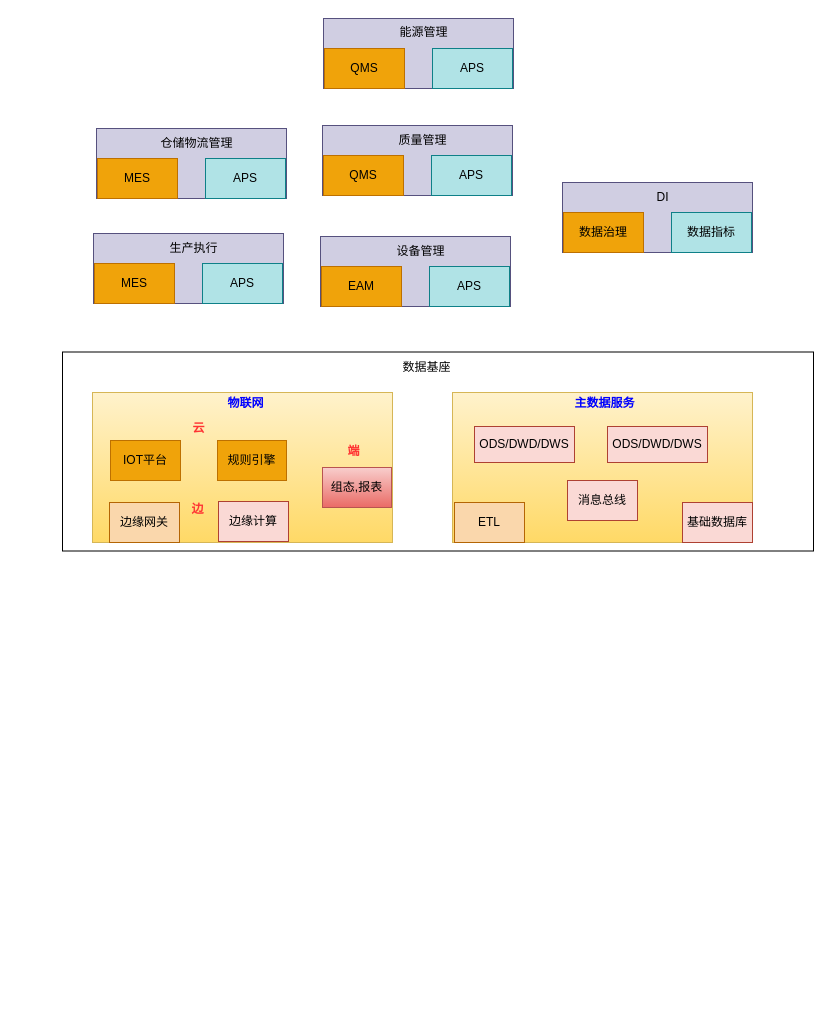
This is 架构设计.drawio from cqu20141693/draw.io, a draw.io file, before an edit. Source tidied: cells renumbered, new cells numbered last; positions are measured from the earlier drawing's top-left corner, leaving out a move shared by most shapes. Both pictures are drawn from the tidied source at 100%, with x=0, y=0 at pixel (62, 17).
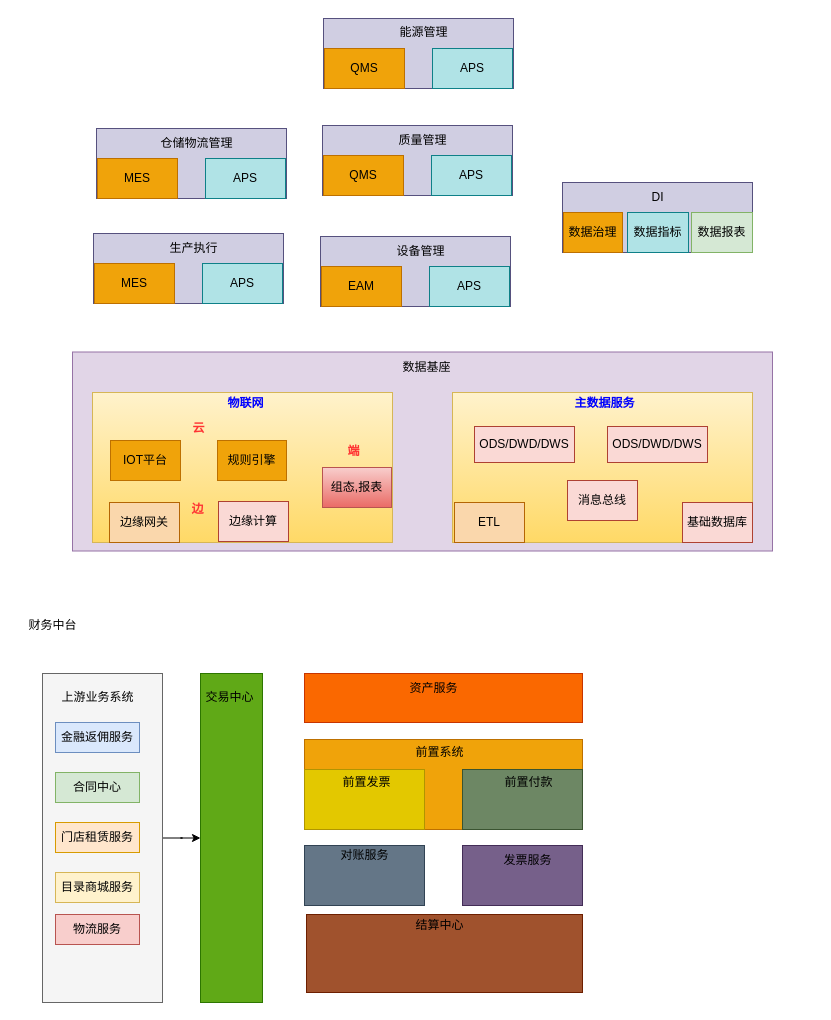
After the change.

Commit message:
更新架构设计.drawio

Diff of the diagram source:
```diff
@@
-    <mxCell id="2" style="rounded=0;whiteSpace=wrap;html=1;" parent="1" vertex="1">
-      <mxGeometry y="334.5" width="751" height="199" as="geometry" />
+    <mxCell id="2" style="rounded=0;whiteSpace=wrap;html=1;fillColor=#e1d5e7;strokeColor=#9673a6;" parent="1" vertex="1">
+      <mxGeometry x="10" y="334.5" width="700" height="199" as="geometry" />
     </mxCell>
@@
     <mxCell id="41" value="DI" style="text;html=1;align=center;verticalAlign=middle;strokeColor=none;fillColor=none;" parent="1" vertex="1">
-      <mxGeometry x="580" y="165" width="40" height="30" as="geometry" />
+      <mxGeometry x="575" y="165" width="40" height="30" as="geometry" />
     </mxCell>
     <mxCell id="42" value="数据治理" style="rounded=0;whiteSpace=wrap;html=1;fillColor=#f0a30a;fontColor=#000000;strokeColor=#BD7000;" parent="1" vertex="1">
-      <mxGeometry x="501" y="195" width="80" height="40" as="geometry" />
+      <mxGeometry x="501" y="195" width="59" height="40" as="geometry" />
     </mxCell>
     <mxCell id="43" value="数据指标" style="rounded=0;whiteSpace=wrap;html=1;fillColor=#b0e3e6;strokeColor=#0e8088;" parent="1" vertex="1">
-      <mxGeometry x="609" y="195" width="80" height="40" as="geometry" />
+      <mxGeometry x="565" y="195" width="61" height="40" as="geometry" />
     </mxCell>
@@
+    <mxCell id="45" value="数据报表" style="rounded=0;whiteSpace=wrap;html=1;fillColor=#d5e8d4;strokeColor=#82b366;" parent="1" vertex="1">
+      <mxGeometry x="629" y="195" width="61" height="40" as="geometry" />
+    </mxCell>
+    <mxCell id="46" style="edgeStyle=orthogonalEdgeStyle;rounded=0;jettySize=auto;html=1;entryX=0;entryY=0.5;entryDx=0;entryDy=0;" parent="1" edge="1" source="47" target="54">
+      <mxGeometry relative="1" as="geometry" />
+    </mxCell>
+    <mxCell id="47" style="rounded=0;whiteSpace=wrap;html=1;fillColor=#f5f5f5;fontColor=#333333;strokeColor=#666666;" parent="1" vertex="1">
+      <mxGeometry x="-20" y="656" width="120" height="329" as="geometry" />
+    </mxCell>
+    <mxCell id="48" value="财务中台" style="text;html=1;align=center;verticalAlign=middle;strokeColor=none;fillColor=none;" parent="1" vertex="1">
+      <mxGeometry x="-45" y="593" width="70" height="30" as="geometry" />
+    </mxCell>
+    <mxCell id="49" value="上游业务系统" style="text;html=1;align=center;verticalAlign=middle;strokeColor=none;fillColor=none;" parent="1" vertex="1">
+      <mxGeometry x="-15" y="665" width="100" height="30" as="geometry" />
+    </mxCell>
+    <mxCell id="50" value="金融返佣服务" style="rounded=0;whiteSpace=wrap;html=1;fillColor=#dae8fc;strokeColor=#6c8ebf;" parent="1" vertex="1">
+      <mxGeometry x="-7" y="705" width="84" height="30" as="geometry" />
+    </mxCell>
+    <mxCell id="51" value="合同中心" style="rounded=0;whiteSpace=wrap;html=1;fillColor=#d5e8d4;strokeColor=#82b366;" parent="1" vertex="1">
+      <mxGeometry x="-7" y="755" width="84" height="30" as="geometry" />
+    </mxCell>
+    <mxCell id="52" value="门店租赁服务" style="rounded=0;whiteSpace=wrap;html=1;fillColor=#ffe6cc;strokeColor=#d79b00;" parent="1" vertex="1">
+      <mxGeometry x="-7" y="805" width="84" height="30" as="geometry" />
+    </mxCell>
+    <mxCell id="53" value="目录商城服务" style="rounded=0;whiteSpace=wrap;html=1;fillColor=#fff2cc;strokeColor=#d6b656;" parent="1" vertex="1">
+      <mxGeometry x="-7" y="855" width="84" height="30" as="geometry" />
+    </mxCell>
+    <mxCell id="54" style="rounded=0;whiteSpace=wrap;html=1;fillColor=#60a917;strokeColor=#2D7600;fontColor=#ffffff;" parent="1" vertex="1">
+      <mxGeometry x="138" y="656" width="62" height="329" as="geometry" />
+    </mxCell>
+    <mxCell id="55" value="交易中心" style="text;html=1;align=center;verticalAlign=middle;strokeColor=none;fillColor=none;" parent="1" vertex="1">
+      <mxGeometry x="132" y="665" width="70" height="30" as="geometry" />
+    </mxCell>
+    <mxCell id="56" value="物流服务" style="rounded=0;whiteSpace=wrap;html=1;fillColor=#f8cecc;strokeColor=#b85450;" parent="1" vertex="1">
+      <mxGeometry x="-7" y="897" width="84" height="30" as="geometry" />
+    </mxCell>
+    <mxCell id="57" style="rounded=0;whiteSpace=wrap;html=1;fillColor=#fa6800;fontColor=#000000;strokeColor=#C73500;" parent="1" vertex="1">
+      <mxGeometry x="242" y="656" width="278" height="49" as="geometry" />
+    </mxCell>
+    <mxCell id="58" value="资产服务" style="text;html=1;align=center;verticalAlign=middle;strokeColor=none;fillColor=none;" parent="1" vertex="1">
+      <mxGeometry x="336" y="656" width="70" height="30" as="geometry" />
+    </mxCell>
+    <mxCell id="59" style="rounded=0;whiteSpace=wrap;html=1;fillColor=#f0a30a;fontColor=#000000;strokeColor=#BD7000;" parent="1" vertex="1">
+      <mxGeometry x="242" y="722" width="278" height="90" as="geometry" />
+    </mxCell>
+    <mxCell id="60" value="前置系统" style="text;html=1;align=center;verticalAlign=middle;strokeColor=none;fillColor=none;" parent="1" vertex="1">
+      <mxGeometry x="342" y="720" width="70" height="30" as="geometry" />
+    </mxCell>
+    <mxCell id="61" style="rounded=0;whiteSpace=wrap;html=1;fillColor=#a0522d;fontColor=#ffffff;strokeColor=#6D1F00;" parent="1" vertex="1">
+      <mxGeometry x="244" y="897" width="276" height="78" as="geometry" />
+    </mxCell>
+    <mxCell id="62" style="rounded=0;whiteSpace=wrap;html=1;fillColor=#e3c800;fontColor=#000000;strokeColor=#B09500;" parent="1" vertex="1">
+      <mxGeometry x="242" y="752" width="120" height="60" as="geometry" />
+    </mxCell>
+    <mxCell id="63" value="前置发票" style="text;html=1;align=center;verticalAlign=middle;strokeColor=none;fillColor=none;" parent="1" vertex="1">
+      <mxGeometry x="269" y="750" width="70" height="30" as="geometry" />
+    </mxCell>
+    <mxCell id="64" style="rounded=0;whiteSpace=wrap;html=1;fillColor=#6d8764;fontColor=#ffffff;strokeColor=#3A5431;" parent="1" vertex="1">
+      <mxGeometry x="400" y="752" width="120" height="60" as="geometry" />
+    </mxCell>
+    <mxCell id="65" value="前置付款" style="text;html=1;align=center;verticalAlign=middle;strokeColor=none;fillColor=none;" parent="1" vertex="1">
+      <mxGeometry x="431" y="750" width="70" height="30" as="geometry" />
+    </mxCell>
+    <mxCell id="66" style="rounded=0;whiteSpace=wrap;html=1;fillColor=#647687;fontColor=#ffffff;strokeColor=#314354;" parent="1" vertex="1">
+      <mxGeometry x="242" y="828" width="120" height="60" as="geometry" />
+    </mxCell>
+    <mxCell id="67" value="对账服务" style="text;html=1;align=center;verticalAlign=middle;strokeColor=none;fillColor=none;" parent="1" vertex="1">
+      <mxGeometry x="267" y="823" width="70" height="30" as="geometry" />
+    </mxCell>
+    <mxCell id="68" style="rounded=0;whiteSpace=wrap;html=1;fillColor=#76608a;fontColor=#ffffff;strokeColor=#432D57;" parent="1" vertex="1">
+      <mxGeometry x="400" y="828" width="120" height="60" as="geometry" />
+    </mxCell>
+    <mxCell id="69" value="发票服务" style="text;html=1;align=center;verticalAlign=middle;strokeColor=none;fillColor=none;" parent="1" vertex="1">
+      <mxGeometry x="430" y="828" width="70" height="30" as="geometry" />
+    </mxCell>
+    <mxCell id="70" value="结算中心" style="text;html=1;align=center;verticalAlign=middle;strokeColor=none;fillColor=none;" parent="1" vertex="1">
+      <mxGeometry x="342" y="893" width="70" height="30" as="geometry" />
+    </mxCell>
```
